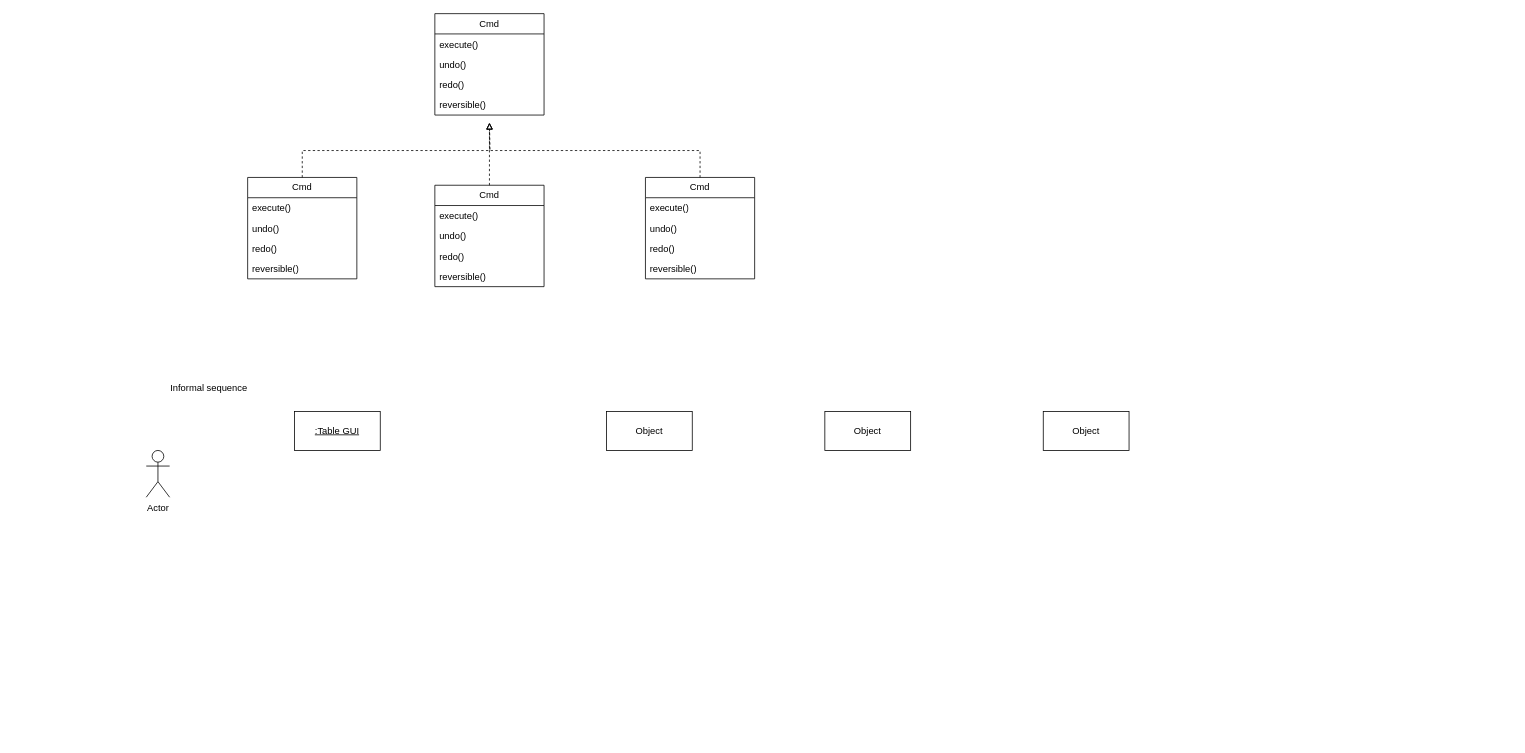
Before: HW2_DesignPattern.drawio in VoHoAnhTuan/Diagrams, a draw.io diagram. Source tidied: cells renumbered, new cells numbered last; positions are measured from the earlier drawing's top-left corner, leaving out a move shared by most shapes. Both pictures are drawn from the tidied source at 78%, with x=0, y=0 at pixel (146, 13).
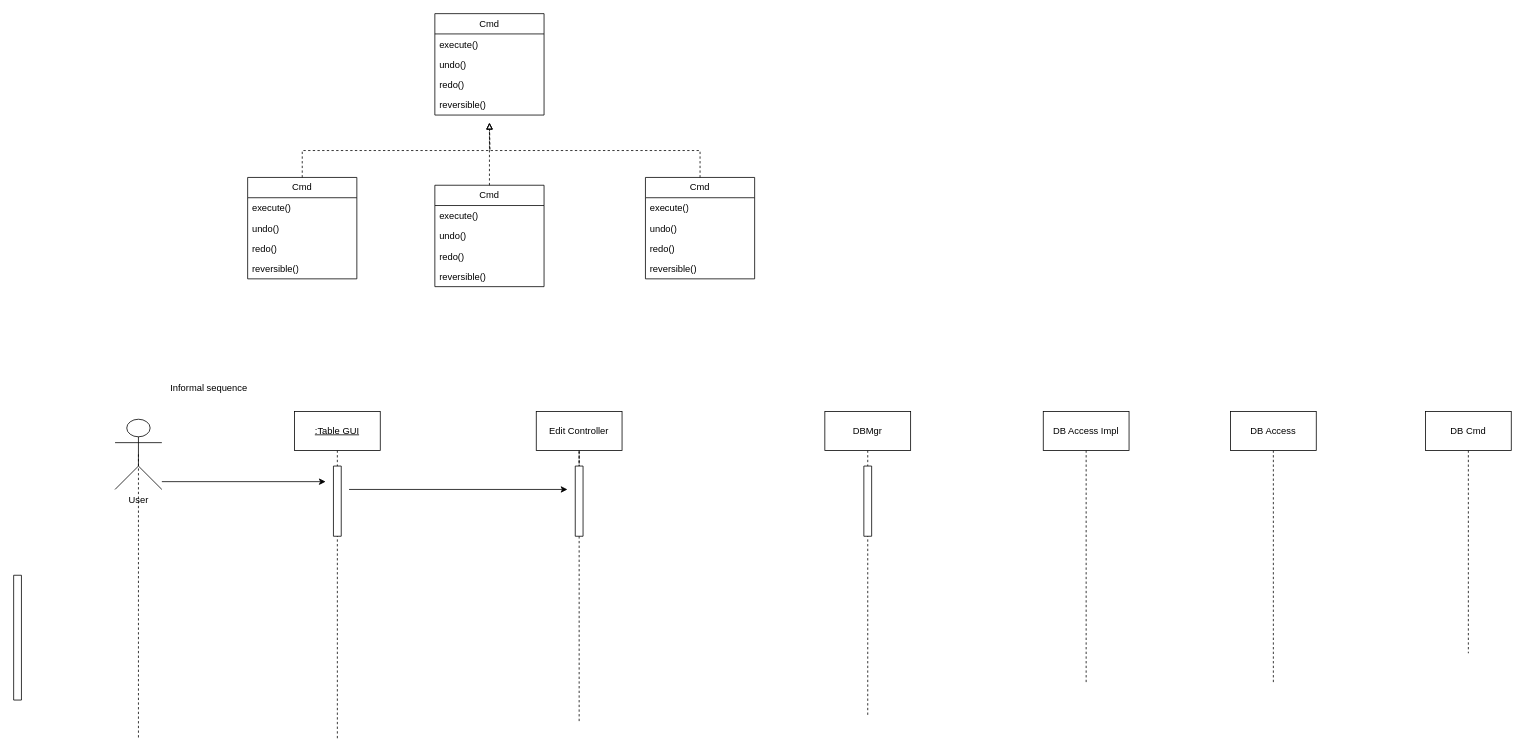
Above is the later version.

Unchanged cells that the change refers to:
```xml
<mxCell id="27" value="&lt;u&gt;:Table GUI&lt;br&gt;&lt;/u&gt;" style="html=1;whiteSpace=wrap;" parent="1" vertex="1">
  <mxGeometry x="190" y="510" width="110" height="50" as="geometry" />
</mxCell>
```

What changed in the source:
```diff
@@
+    <mxCell id="31" style="edgeStyle=orthogonalEdgeStyle;rounded=0;jettySize=auto;html=1;exitX=0.5;exitY=0.5;exitDx=0;exitDy=0;exitPerimeter=0;endArrow=none;endFill=0;dashed=1;" parent="1" edge="1" source="26">
+      <mxGeometry relative="1" as="geometry">
+        <mxPoint x="-10" y="930" as="targetPoint" />
+      </mxGeometry>
+    </mxCell>
-    <mxCell id="26" value="Actor" style="shape=umlActor;verticalLabelPosition=bottom;verticalAlign=top;html=1;" parent="1" vertex="1">
-      <mxGeometry y="560" width="30" height="60" as="geometry" />
+    <mxCell id="26" value="&lt;div&gt;User&lt;/div&gt;&lt;div&gt;&lt;br&gt;&lt;/div&gt;" style="shape=umlActor;verticalLabelPosition=bottom;verticalAlign=top;html=1;" parent="1" vertex="1">
+      <mxGeometry x="-40" y="520" width="60" height="90" as="geometry" />
     </mxCell>
+    <mxCell id="32" style="edgeStyle=orthogonalEdgeStyle;rounded=0;jettySize=auto;html=1;exitX=0.5;exitY=1;exitDx=0;exitDy=0;endArrow=none;endFill=0;dashed=1;" parent="1" edge="1" source="27">
+      <mxGeometry relative="1" as="geometry">
+        <mxPoint x="245" y="930" as="targetPoint" />
+      </mxGeometry>
+    </mxCell>
@@
+    <mxCell id="33" style="edgeStyle=orthogonalEdgeStyle;rounded=0;jettySize=auto;html=1;exitX=0.5;exitY=1;exitDx=0;exitDy=0;endArrow=none;endFill=0;dashed=1;" parent="1" edge="1" source="45">
+      <mxGeometry relative="1" as="geometry">
+        <mxPoint x="555" y="910" as="targetPoint" />
+      </mxGeometry>
+    </mxCell>
-    <mxCell id="28" value="Object" style="html=1;whiteSpace=wrap;" parent="1" vertex="1">
-      <mxGeometry x="590" y="510" width="110" height="50" as="geometry" />
+    <mxCell id="28" value="Edit Controller" style="html=1;whiteSpace=wrap;" parent="1" vertex="1">
+      <mxGeometry x="500" y="510" width="110" height="50" as="geometry" />
     </mxCell>
+    <mxCell id="34" style="edgeStyle=orthogonalEdgeStyle;rounded=0;jettySize=auto;html=1;exitX=0.5;exitY=1;exitDx=0;exitDy=0;endArrow=none;endFill=0;dashed=1;" parent="1" edge="1" source="29">
+      <mxGeometry relative="1" as="geometry">
+        <mxPoint x="925" y="900" as="targetPoint" />
+      </mxGeometry>
+    </mxCell>
-    <mxCell id="29" value="Object" style="html=1;whiteSpace=wrap;" parent="1" vertex="1">
+    <mxCell id="29" value="DBMgr" style="html=1;whiteSpace=wrap;" parent="1" vertex="1">
       <mxGeometry x="870" y="510" width="110" height="50" as="geometry" />
     </mxCell>
+    <mxCell id="35" style="edgeStyle=orthogonalEdgeStyle;rounded=0;jettySize=auto;html=1;exitX=0.5;exitY=1;exitDx=0;exitDy=0;endArrow=none;endFill=0;dashed=1;" parent="1" edge="1" source="30">
+      <mxGeometry relative="1" as="geometry">
+        <mxPoint x="1205" y="860" as="targetPoint" />
+      </mxGeometry>
+    </mxCell>
-    <mxCell id="30" value="Object" style="html=1;whiteSpace=wrap;" parent="1" vertex="1">
+    <mxCell id="30" value="DB Access Impl" style="html=1;whiteSpace=wrap;" parent="1" vertex="1">
       <mxGeometry x="1150" y="510" width="110" height="50" as="geometry" />
     </mxCell>
+    <mxCell id="36" style="edgeStyle=orthogonalEdgeStyle;rounded=0;jettySize=auto;html=1;exitX=0.5;exitY=1;exitDx=0;exitDy=0;endArrow=none;endFill=0;dashed=1;" parent="1" edge="1" source="37">
+      <mxGeometry relative="1" as="geometry">
+        <mxPoint x="1445" y="860" as="targetPoint" />
+      </mxGeometry>
+    </mxCell>
+    <mxCell id="37" value="DB Access" style="html=1;whiteSpace=wrap;" parent="1" vertex="1">
+      <mxGeometry x="1390" y="510" width="110" height="50" as="geometry" />
+    </mxCell>
+    <mxCell id="38" style="edgeStyle=orthogonalEdgeStyle;rounded=0;jettySize=auto;html=1;exitX=0.5;exitY=1;exitDx=0;exitDy=0;endArrow=none;endFill=0;dashed=1;" parent="1" edge="1" source="39">
+      <mxGeometry relative="1" as="geometry">
+        <mxPoint x="1695" y="820" as="targetPoint" />
+      </mxGeometry>
+    </mxCell>
+    <mxCell id="39" value="DB Cmd" style="html=1;whiteSpace=wrap;" parent="1" vertex="1">
+      <mxGeometry x="1640" y="510" width="110" height="50" as="geometry" />
+    </mxCell>
+    <mxCell id="40" style="verticalLabelPosition=bottom;verticalAlign=top;html=1;shape=mxgraph.basic.rect;fillColor2=none;strokeWidth=1;size=20;indent=5;" parent="1" vertex="1">
+      <mxGeometry x="-170" y="720" width="10" height="160" as="geometry" />
+    </mxCell>
+    <mxCell id="41" style="verticalLabelPosition=bottom;verticalAlign=top;html=1;shape=mxgraph.basic.rect;fillColor2=none;strokeWidth=1;size=20;indent=5;" parent="1" vertex="1">
+      <mxGeometry x="240" y="580" width="10" height="90" as="geometry" />
+    </mxCell>
+    <mxCell id="42" style="endArrow=classic;endFill=1;html=1;rounded=0;" parent="1" edge="1">
+      <mxGeometry relative="1" as="geometry">
+        <mxPoint x="20" y="600" as="sourcePoint" />
+        <mxPoint x="230" y="600" as="targetPoint" />
+      </mxGeometry>
+    </mxCell>
+    <mxCell id="43" style="endArrow=classic;endFill=1;html=1;rounded=0;" parent="1" edge="1">
+      <mxGeometry relative="1" as="geometry">
+        <mxPoint x="260" y="610" as="sourcePoint" />
+        <mxPoint x="540" y="610" as="targetPoint" />
+      </mxGeometry>
+    </mxCell>
+    <mxCell id="44" style="edgeStyle=orthogonalEdgeStyle;rounded=0;jettySize=auto;html=1;exitX=0.5;exitY=1;exitDx=0;exitDy=0;endArrow=none;endFill=0;dashed=1;" parent="1" edge="1" source="28" target="45">
+      <mxGeometry relative="1" as="geometry" />
+    </mxCell>
+    <mxCell id="45" style="verticalLabelPosition=bottom;verticalAlign=top;html=1;shape=mxgraph.basic.rect;fillColor2=none;strokeWidth=1;size=20;indent=5;" parent="1" vertex="1">
+      <mxGeometry x="550" y="580" width="10" height="90" as="geometry" />
+    </mxCell>
+    <mxCell id="46" style="verticalLabelPosition=bottom;verticalAlign=top;html=1;shape=mxgraph.basic.rect;fillColor2=none;strokeWidth=1;size=20;indent=5;" parent="1" vertex="1">
+      <mxGeometry x="920" y="580" width="10" height="90" as="geometry" />
+    </mxCell>
```
